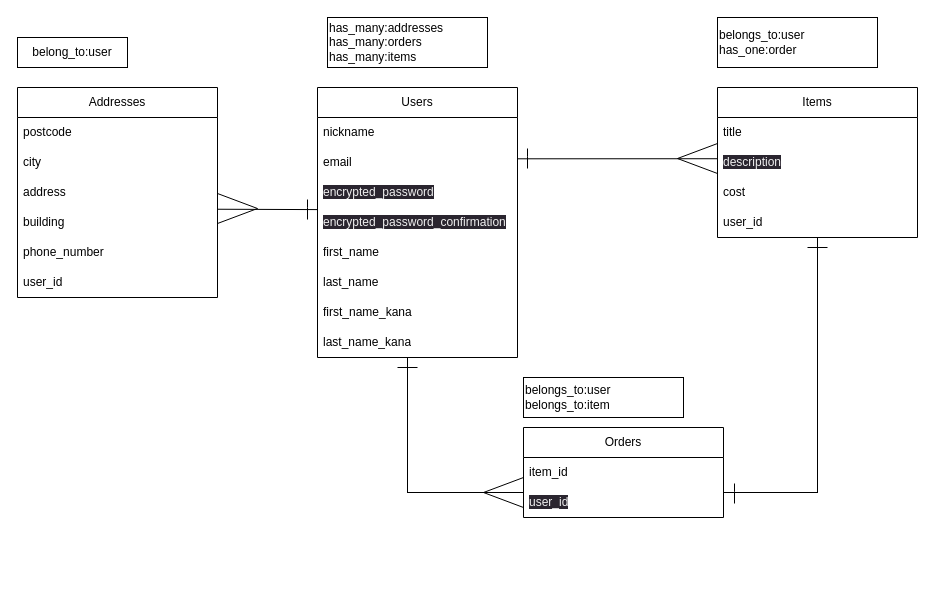
bondinu/furima-39203 keeps this draw.io diagram as ERfigure.dio. Above is the earlier version. Source tidied: cells renumbered, new cells numbered last; positions are measured from the earlier drawing's top-left corner, leaving out a move shared by most shapes. Both pictures are drawn from the tidied source at 100%, with x=0, y=0 at pixel (17, 17).
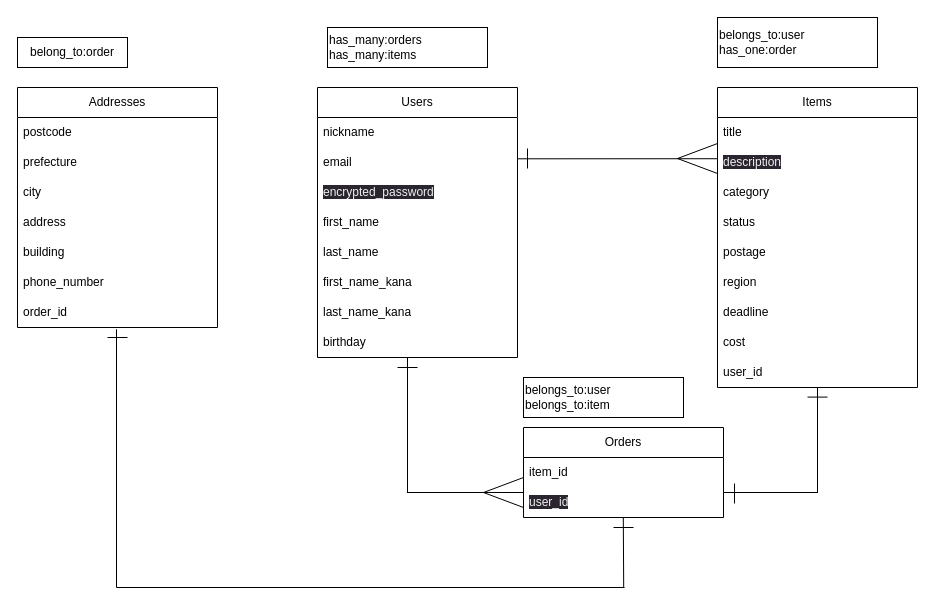
After the change.

Commit message (it also covers changes not shown here):
データベース設計　修正２

Unchanged cells that the change refers to:
```xml
<mxCell id="2" value="Users" style="swimlane;fontStyle=0;horizontal=1;startSize=30;whiteSpace=wrap;html=1;" parent="1" vertex="1">
  <mxGeometry x="300" y="70" width="200" height="270" as="geometry" />
</mxCell>
```

The edit, as a diff of the source:
```diff
@@
-    <mxCell id="6" value="&lt;span style=&quot;color: rgb(240, 240, 240); font-family: Helvetica; font-size: 12px; font-style: normal; font-variant-ligatures: normal; font-variant-caps: normal; font-weight: 400; letter-spacing: normal; orphans: 2; text-align: left; text-indent: 0px; text-transform: none; widows: 2; word-spacing: 0px; -webkit-text-stroke-width: 0px; background-color: rgb(42, 37, 47); text-decoration-thickness: initial; text-decoration-style: initial; text-decoration-color: initial; float: none; display: inline !important;&quot;&gt;encrypted_password_confirmation&lt;/span&gt;" style="text;strokeColor=none;fillColor=none;align=left;verticalAlign=middle;spacingLeft=4;spacingRight=4;overflow=hidden;points=[[0,0.5],[1,0.5]];portConstraint=eastwest;whiteSpace=wrap;html=1;" parent="2" vertex="1">
-      <mxGeometry y="120" width="200" height="30" as="geometry" />
-    </mxCell>
     <mxCell id="7" value="first_name" style="text;strokeColor=none;fillColor=none;align=left;verticalAlign=middle;spacingLeft=4;spacingRight=4;overflow=hidden;whiteSpace=wrap;html=1;" parent="2" vertex="1">
-      <mxGeometry y="150" width="200" height="30" as="geometry" />
+      <mxGeometry y="120" width="200" height="30" as="geometry" />
     </mxCell>
     <mxCell id="8" value="last_name" style="text;strokeColor=none;fillColor=none;align=left;verticalAlign=middle;spacingLeft=4;spacingRight=4;overflow=hidden;whiteSpace=wrap;html=1;" parent="2" vertex="1">
-      <mxGeometry y="180" width="200" height="30" as="geometry" />
+      <mxGeometry y="150" width="200" height="30" as="geometry" />
     </mxCell>
     <mxCell id="9" value="first_name_kana" style="text;strokeColor=none;fillColor=none;align=left;verticalAlign=middle;spacingLeft=4;spacingRight=4;overflow=hidden;whiteSpace=wrap;html=1;" parent="2" vertex="1">
-      <mxGeometry y="210" width="200" height="30" as="geometry" />
+      <mxGeometry y="180" width="200" height="30" as="geometry" />
     </mxCell>
     <mxCell id="10" value="last_name_kana" style="text;strokeColor=none;fillColor=none;align=left;verticalAlign=middle;spacingLeft=4;spacingRight=4;overflow=hidden;whiteSpace=wrap;html=1;" parent="2" vertex="1">
-      <mxGeometry y="240" width="200" height="30" as="geometry" />
+      <mxGeometry y="210" width="200" height="30" as="geometry" />
     </mxCell>
+    <mxCell id="42" value="birthday" style="text;strokeColor=none;fillColor=none;align=left;verticalAlign=middle;spacingLeft=4;spacingRight=4;overflow=hidden;whiteSpace=wrap;html=1;" parent="2" vertex="1">
+      <mxGeometry y="240" width="200" height="30" as="geometry" />
+    </mxCell>
     <mxCell id="11" value="Items" style="swimlane;fontStyle=0;horizontal=1;startSize=30;whiteSpace=wrap;html=1;" parent="1" vertex="1">
-      <mxGeometry x="700" y="70" width="200" height="150" as="geometry" />
+      <mxGeometry x="700" y="70" width="200" height="300" as="geometry" />
     </mxCell>
@@
+    <mxCell id="43" value="category" style="text;strokeColor=none;fillColor=none;align=left;verticalAlign=middle;spacingLeft=4;spacingRight=4;overflow=hidden;whiteSpace=wrap;html=1;" parent="11" vertex="1">
+      <mxGeometry y="90" width="200" height="30" as="geometry" />
+    </mxCell>
+    <mxCell id="44" value="status" style="text;strokeColor=none;fillColor=none;align=left;verticalAlign=middle;spacingLeft=4;spacingRight=4;overflow=hidden;whiteSpace=wrap;html=1;" parent="11" vertex="1">
+      <mxGeometry y="120" width="200" height="30" as="geometry" />
+    </mxCell>
+    <mxCell id="45" value="postage" style="text;strokeColor=none;fillColor=none;align=left;verticalAlign=middle;spacingLeft=4;spacingRight=4;overflow=hidden;whiteSpace=wrap;html=1;" parent="11" vertex="1">
+      <mxGeometry y="150" width="200" height="30" as="geometry" />
+    </mxCell>
+    <mxCell id="46" value="region" style="text;strokeColor=none;fillColor=none;align=left;verticalAlign=middle;spacingLeft=4;spacingRight=4;overflow=hidden;whiteSpace=wrap;html=1;" parent="11" vertex="1">
+      <mxGeometry y="180" width="200" height="30" as="geometry" />
+    </mxCell>
+    <mxCell id="47" value="deadline" style="text;strokeColor=none;fillColor=none;align=left;verticalAlign=middle;spacingLeft=4;spacingRight=4;overflow=hidden;whiteSpace=wrap;html=1;" parent="11" vertex="1">
+      <mxGeometry y="210" width="200" height="30" as="geometry" />
+    </mxCell>
     <mxCell id="14" value="cost" style="text;strokeColor=none;fillColor=none;align=left;verticalAlign=middle;spacingLeft=4;spacingRight=4;overflow=hidden;whiteSpace=wrap;html=1;" parent="11" vertex="1">
-      <mxGeometry y="90" width="200" height="30" as="geometry" />
+      <mxGeometry y="240" width="200" height="30" as="geometry" />
     </mxCell>
     <mxCell id="15" value="user_id" style="text;strokeColor=none;fillColor=none;align=left;verticalAlign=middle;spacingLeft=4;spacingRight=4;overflow=hidden;whiteSpace=wrap;html=1;" parent="11" vertex="1">
-      <mxGeometry y="120" width="200" height="30" as="geometry" />
+      <mxGeometry y="270" width="200" height="30" as="geometry" />
     </mxCell>
@@
-    <mxCell id="19" style="endArrow=none;html=1;exitX=1;exitY=0.058;exitDx=0;exitDy=0;entryX=-0.002;entryY=0.07;entryDx=0;entryDy=0;exitPerimeter=0;entryPerimeter=0;" parent="1" edge="1" source="27" target="6">
-      <mxGeometry relative="1" as="geometry" />
-    </mxCell>
@@
     <mxCell id="21" style="shape=partialRectangle;whiteSpace=wrap;html=1;bottom=0;right=0;fillColor=none;direction=west;" parent="1" vertex="1">
-      <mxGeometry x="706" y="220" width="94" height="255" as="geometry" />
+      <mxGeometry x="706" y="370" width="94" height="105" as="geometry" />
     </mxCell>
@@
     <mxCell id="23" value="Addresses" style="swimlane;fontStyle=0;horizontal=1;startSize=30;whiteSpace=wrap;html=1;" parent="1" vertex="1">
-      <mxGeometry y="70" width="200" height="210" as="geometry" />
+      <mxGeometry y="70" width="200" height="240" as="geometry" />
     </mxCell>
@@
+    <mxCell id="48" value="prefecture" style="text;strokeColor=none;fillColor=none;align=left;verticalAlign=middle;spacingLeft=4;spacingRight=4;overflow=hidden;whiteSpace=wrap;html=1;" parent="23" vertex="1">
+      <mxGeometry y="60" width="200" height="30" as="geometry" />
+    </mxCell>
     <mxCell id="25" value="city" style="text;strokeColor=none;fillColor=none;align=left;verticalAlign=middle;spacingLeft=4;spacingRight=4;overflow=hidden;whiteSpace=wrap;html=1;" parent="23" vertex="1">
-      <mxGeometry y="60" width="200" height="30" as="geometry" />
+      <mxGeometry y="90" width="200" height="30" as="geometry" />
     </mxCell>
     <mxCell id="26" value="address" style="text;strokeColor=none;fillColor=none;align=left;verticalAlign=middle;spacingLeft=4;spacingRight=4;overflow=hidden;whiteSpace=wrap;html=1;" parent="23" vertex="1">
-      <mxGeometry y="90" width="200" height="30" as="geometry" />
+      <mxGeometry y="120" width="200" height="30" as="geometry" />
     </mxCell>
     <mxCell id="27" value="building" style="text;strokeColor=none;fillColor=none;align=left;verticalAlign=middle;spacingLeft=4;spacingRight=4;overflow=hidden;points=[[0,0.5],[1,0.5]];portConstraint=eastwest;whiteSpace=wrap;html=1;" parent="23" vertex="1">
-      <mxGeometry y="120" width="200" height="30" as="geometry" />
+      <mxGeometry y="150" width="200" height="30" as="geometry" />
     </mxCell>
     <mxCell id="28" value="phone_number" style="text;strokeColor=none;fillColor=none;align=left;verticalAlign=middle;spacingLeft=4;spacingRight=4;overflow=hidden;whiteSpace=wrap;html=1;" parent="23" vertex="1">
-      <mxGeometry y="150" width="200" height="30" as="geometry" />
+      <mxGeometry y="180" width="200" height="30" as="geometry" />
     </mxCell>
-    <mxCell id="29" value="user_id" style="text;strokeColor=none;fillColor=none;align=left;verticalAlign=middle;spacingLeft=4;spacingRight=4;overflow=hidden;points=[[0,0.5],[1,0.5]];portConstraint=eastwest;whiteSpace=wrap;html=1;" parent="23" vertex="1">
-      <mxGeometry y="180" width="200" height="30" as="geometry" />
+    <mxCell id="29" value="order_id" style="text;strokeColor=none;fillColor=none;align=left;verticalAlign=middle;spacingLeft=4;spacingRight=4;overflow=hidden;points=[[0,0.5],[1,0.5]];portConstraint=eastwest;whiteSpace=wrap;html=1;" parent="23" vertex="1">
+      <mxGeometry y="210" width="200" height="30" as="geometry" />
     </mxCell>
@@
-    <mxCell id="31" style="endArrow=none;html=1;" parent="1" edge="1">
-      <mxGeometry relative="1" as="geometry">
-        <mxPoint x="290" y="182" as="sourcePoint" />
-        <mxPoint x="290" y="202" as="targetPoint" />
-        <Array as="points">
-          <mxPoint x="290" y="189" />
-        </Array>
-      </mxGeometry>
-    </mxCell>
@@
-    <mxCell id="34" value="has_many:addresses&lt;br&gt;has_many:orders&lt;br&gt;has_many:items" style="rounded=0;whiteSpace=wrap;html=1;align=left;" parent="1" vertex="1">
-      <mxGeometry x="310" width="160" height="50" as="geometry" />
+    <mxCell id="34" value="has_many:orders&lt;br&gt;has_many:items" style="rounded=0;whiteSpace=wrap;html=1;align=left;" parent="1" vertex="1">
+      <mxGeometry x="310" y="10" width="160" height="40" as="geometry" />
     </mxCell>
-    <mxCell id="35" value="belong_to:user" style="rounded=0;whiteSpace=wrap;html=1;" parent="1" vertex="1">
+    <mxCell id="35" value="belong_to:order" style="rounded=0;whiteSpace=wrap;html=1;" parent="1" vertex="1">
       <mxGeometry y="20" width="110" height="30" as="geometry" />
     </mxCell>
@@
     <mxCell id="39" style="endArrow=none;html=1;" parent="1" edge="1">
       <mxGeometry relative="1" as="geometry">
-        <mxPoint x="790" y="230" as="sourcePoint" />
-        <mxPoint x="810" y="230" as="targetPoint" />
+        <mxPoint x="790" y="379.6" as="sourcePoint" />
+        <mxPoint x="810" y="379.6" as="targetPoint" />
       </mxGeometry>
     </mxCell>
@@
-    <mxCell id="41" style="triangle;whiteSpace=wrap;html=1;fillColor=none;direction=west;rotation=-180;" parent="1" vertex="1">
-      <mxGeometry x="200" y="176" width="40" height="30" as="geometry" />
-    </mxCell>
+    <mxCell id="49" style="endArrow=none;html=1;" parent="1" edge="1">
+      <mxGeometry relative="1" as="geometry">
+        <mxPoint x="99" y="570" as="sourcePoint" />
+        <mxPoint x="607" y="570" as="targetPoint" />
+      </mxGeometry>
+    </mxCell>
+    <mxCell id="50" style="endArrow=none;html=1;entryX=0.495;entryY=1.061;entryDx=0;entryDy=0;entryPerimeter=0;" parent="1" edge="1" target="29">
+      <mxGeometry relative="1" as="geometry">
+        <mxPoint x="99" y="570" as="sourcePoint" />
+      </mxGeometry>
+    </mxCell>
+    <mxCell id="51" style="endArrow=none;html=1;entryX=0.495;entryY=1.061;entryDx=0;entryDy=0;entryPerimeter=0;" parent="1" edge="1">
+      <mxGeometry relative="1" as="geometry">
+        <mxPoint x="606.2" y="570" as="sourcePoint" />
+        <mxPoint x="605.8" y="500" as="targetPoint" />
+      </mxGeometry>
+    </mxCell>
+    <mxCell id="52" style="endArrow=none;html=1;" parent="1" edge="1">
+      <mxGeometry relative="1" as="geometry">
+        <mxPoint x="90" y="320" as="sourcePoint" />
+        <mxPoint x="110" y="320" as="targetPoint" />
+      </mxGeometry>
+    </mxCell>
+    <mxCell id="53" style="endArrow=none;html=1;" parent="1" edge="1">
+      <mxGeometry relative="1" as="geometry">
+        <mxPoint x="596" y="510" as="sourcePoint" />
+        <mxPoint x="616" y="510" as="targetPoint" />
+      </mxGeometry>
+    </mxCell>
```
